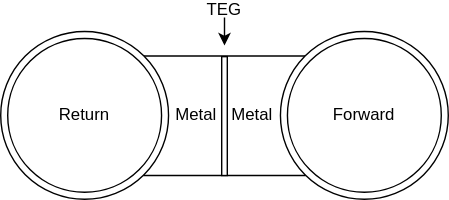
Mikkelnn/ES8-Project keeps this draw.io diagram as Figures/technical_analysis/TEG_pipes.svg. Above is the earlier version. Source tidied: cells renumbered, new cells last; positions are measured from the earlier drawing's top-left corner, leaving out a move shared by most shapes.
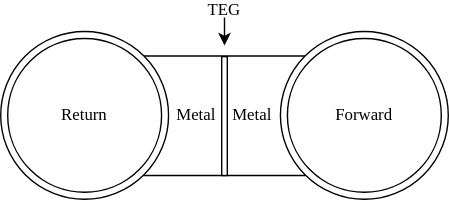
The same file after the commit.

Diff of the diagram source:
```diff
@@ -2,37 +2,37 @@
   <root>
     <mxCell id="0" />
     <mxCell id="1" parent="0" />
-    <mxCell id="2" style="ellipse;whiteSpace=wrap;html=1;" parent="1" vertex="1">
+    <mxCell id="2" style="ellipse;whiteSpace=wrap;html=1;fontFamily=Computer Modern unicode;fontSource=https%3A%2F%2Ffonts.googleapis.com%2Fcss%3Ffamily%3DComputer%2BModern%2Bunicode;" parent="1" vertex="1">
       <mxGeometry y="20" width="120" height="120" as="geometry" />
     </mxCell>
-    <mxCell id="3" style="ellipse;whiteSpace=wrap;html=1;" parent="1" vertex="1">
+    <mxCell id="3" style="ellipse;whiteSpace=wrap;html=1;fontFamily=Computer Modern unicode;fontSource=https%3A%2F%2Ffonts.googleapis.com%2Fcss%3Ffamily%3DComputer%2BModern%2Bunicode;" parent="1" vertex="1">
       <mxGeometry x="200" y="20" width="120" height="120" as="geometry" />
     </mxCell>
-    <mxCell id="4" style="ellipse;whiteSpace=wrap;html=1;" parent="1" vertex="1">
+    <mxCell id="4" style="ellipse;whiteSpace=wrap;html=1;fontFamily=Computer Modern unicode;fontSource=https%3A%2F%2Ffonts.googleapis.com%2Fcss%3Ffamily%3DComputer%2BModern%2Bunicode;" parent="1" vertex="1">
       <mxGeometry x="205" y="25" width="110" height="110" as="geometry" />
     </mxCell>
-    <mxCell id="5" style="ellipse;whiteSpace=wrap;html=1;" parent="1" vertex="1">
+    <mxCell id="5" style="ellipse;whiteSpace=wrap;html=1;fontFamily=Computer Modern unicode;fontSource=https%3A%2F%2Ffonts.googleapis.com%2Fcss%3Ffamily%3DComputer%2BModern%2Bunicode;" parent="1" vertex="1">
       <mxGeometry x="5" y="25" width="110" height="110" as="geometry" />
     </mxCell>
-    <mxCell id="6" style="endArrow=none;html=1;rounded=0;entryX=0;entryY=0;entryDx=0;entryDy=0;exitX=1;exitY=0;exitDx=0;exitDy=0;" parent="1" edge="1" source="2" target="3">
+    <mxCell id="6" style="endArrow=none;html=1;rounded=0;entryX=0;entryY=0;entryDx=0;entryDy=0;exitX=1;exitY=0;exitDx=0;exitDy=0;fontFamily=Computer Modern unicode;fontSource=https%3A%2F%2Ffonts.googleapis.com%2Fcss%3Ffamily%3DComputer%2BModern%2Bunicode;" parent="1" edge="1" source="2" target="3">
       <mxGeometry relative="1" as="geometry" />
     </mxCell>
-    <mxCell id="7" style="endArrow=none;html=1;rounded=0;entryX=0;entryY=0;entryDx=0;entryDy=0;exitX=1;exitY=0;exitDx=0;exitDy=0;" parent="1" edge="1">
+    <mxCell id="7" style="endArrow=none;html=1;rounded=0;entryX=0;entryY=0;entryDx=0;entryDy=0;exitX=1;exitY=0;exitDx=0;exitDy=0;fontFamily=Computer Modern unicode;fontSource=https%3A%2F%2Ffonts.googleapis.com%2Fcss%3Ffamily%3DComputer%2BModern%2Bunicode;" parent="1" edge="1">
       <mxGeometry relative="1" as="geometry">
         <mxPoint x="102" y="123" as="sourcePoint" />
         <mxPoint x="218" y="123" as="targetPoint" />
       </mxGeometry>
     </mxCell>
-    <mxCell id="8" style="rounded=0;whiteSpace=wrap;html=1;" parent="1" vertex="1">
+    <mxCell id="8" style="rounded=0;whiteSpace=wrap;html=1;fontFamily=Computer Modern unicode;fontSource=https%3A%2F%2Ffonts.googleapis.com%2Fcss%3Ffamily%3DComputer%2BModern%2Bunicode;" parent="1" vertex="1">
       <mxGeometry x="158" y="38" width="4" height="85" as="geometry" />
     </mxCell>
-    <mxCell id="9" value="Return" style="text;html=1;whiteSpace=wrap;strokeColor=none;fillColor=none;align=center;verticalAlign=middle;rounded=0;" parent="1" vertex="1">
+    <mxCell id="9" value="Return" style="text;html=1;whiteSpace=wrap;strokeColor=none;fillColor=none;align=center;verticalAlign=middle;rounded=0;fontFamily=Computer Modern unicode;fontSource=https%3A%2F%2Ffonts.googleapis.com%2Fcss%3Ffamily%3DComputer%2BModern%2Bunicode;" parent="1" vertex="1">
       <mxGeometry x="30" y="65" width="60" height="30" as="geometry" />
     </mxCell>
-    <mxCell id="10" value="Forward" style="text;html=1;whiteSpace=wrap;strokeColor=none;fillColor=none;align=center;verticalAlign=middle;rounded=0;" parent="1" vertex="1">
+    <mxCell id="10" value="Forward" style="text;html=1;whiteSpace=wrap;strokeColor=none;fillColor=none;align=center;verticalAlign=middle;rounded=0;fontFamily=Computer Modern unicode;fontSource=https%3A%2F%2Ffonts.googleapis.com%2Fcss%3Ffamily%3DComputer%2BModern%2Bunicode;" parent="1" vertex="1">
       <mxGeometry x="230" y="65" width="60" height="30" as="geometry" />
     </mxCell>
-    <mxCell id="11" style="endArrow=classic;html=1;rounded=0;" parent="1" edge="1">
+    <mxCell id="11" style="endArrow=classic;html=1;rounded=0;fontFamily=Computer Modern unicode;fontSource=https%3A%2F%2Ffonts.googleapis.com%2Fcss%3Ffamily%3DComputer%2BModern%2Bunicode;" parent="1" edge="1">
       <mxGeometry relative="1" as="geometry">
         <mxPoint x="160" y="20" as="sourcePoint" />
         <mxPoint x="160" y="30" as="targetPoint" />
@@ -41,13 +41,13 @@
         </Array>
       </mxGeometry>
     </mxCell>
-    <mxCell id="12" value="TEG" style="text;html=1;whiteSpace=wrap;strokeColor=none;fillColor=none;align=center;verticalAlign=middle;rounded=0;" parent="1" vertex="1">
+    <mxCell id="12" value="TEG" style="text;html=1;whiteSpace=wrap;strokeColor=none;fillColor=none;align=center;verticalAlign=middle;rounded=0;fontFamily=Computer Modern unicode;fontSource=https%3A%2F%2Ffonts.googleapis.com%2Fcss%3Ffamily%3DComputer%2BModern%2Bunicode;" parent="1" vertex="1">
       <mxGeometry x="130" width="60" height="10" as="geometry" />
     </mxCell>
-    <mxCell id="13" value="Metal" style="text;html=1;whiteSpace=wrap;strokeColor=none;fillColor=none;align=center;verticalAlign=middle;rounded=0;" parent="1" vertex="1">
+    <mxCell id="13" value="Metal" style="text;html=1;whiteSpace=wrap;strokeColor=none;fillColor=none;align=center;verticalAlign=middle;rounded=0;fontFamily=Computer Modern unicode;fontSource=https%3A%2F%2Ffonts.googleapis.com%2Fcss%3Ffamily%3DComputer%2BModern%2Bunicode;" parent="1" vertex="1">
       <mxGeometry x="150" y="75" width="60" height="10" as="geometry" />
     </mxCell>
-    <mxCell id="14" value="Metal" style="text;html=1;whiteSpace=wrap;strokeColor=none;fillColor=none;align=center;verticalAlign=middle;rounded=0;" parent="1" vertex="1">
+    <mxCell id="14" value="Metal" style="text;html=1;whiteSpace=wrap;strokeColor=none;fillColor=none;align=center;verticalAlign=middle;rounded=0;fontFamily=Computer Modern unicode;fontSource=https%3A%2F%2Ffonts.googleapis.com%2Fcss%3Ffamily%3DComputer%2BModern%2Bunicode;" parent="1" vertex="1">
       <mxGeometry x="110" y="75" width="60" height="10" as="geometry" />
     </mxCell>
   </root>
```
